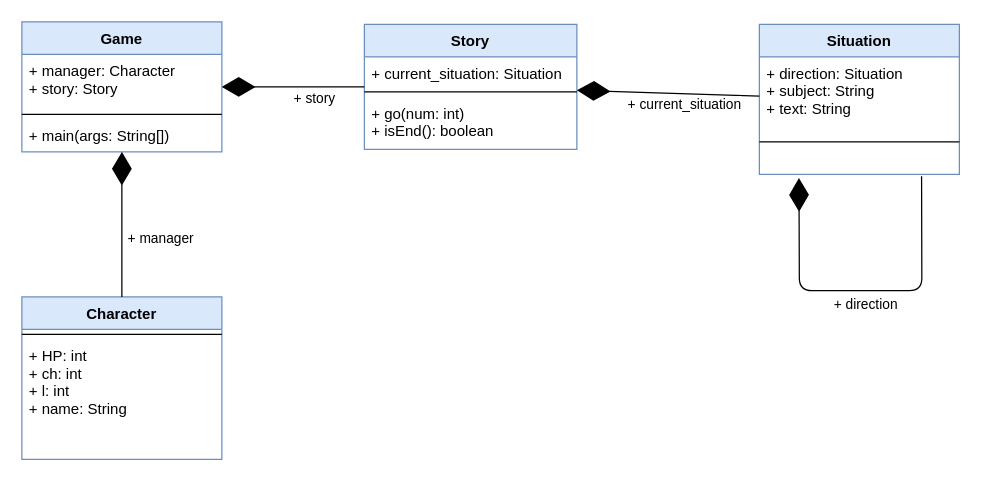
Above: Диаграмма без названия.drawio in Rinchic/uml (draw.io), before the change. Source tidied: cells renumbered, new cells numbered last; positions are measured from the earlier drawing's top-left corner, leaving out a move shared by most shapes. Both pictures are drawn from the tidied source at 125%, with x=0, y=0 at pixel (21, 21).
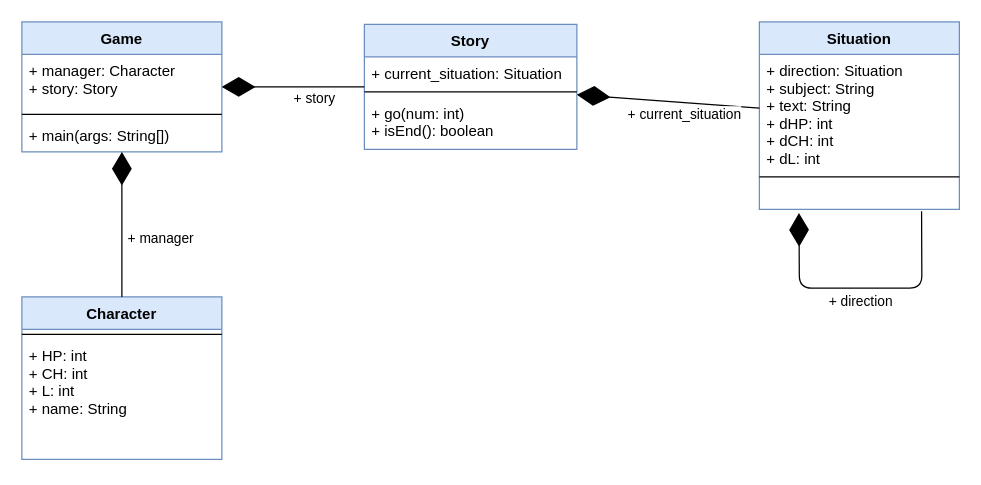
Above is the later version.

Unchanged cells that the change refers to:
```xml
<mxCell id="16" value="Character" style="swimlane;fontStyle=1;align=center;verticalAlign=top;horizontal=1;startSize=26;fillColor=#dae8fc;strokeColor=#6c8ebf;" parent="1" vertex="1">
  <mxGeometry y="220" width="160" height="130" as="geometry" />
</mxCell>
```

The edit, as a diff of the source:
```diff
@@
     <mxCell id="10" value="Situation" style="swimlane;fontStyle=1;align=center;verticalAlign=top;horizontal=1;startSize=26;fillColor=#dae8fc;strokeColor=#6c8ebf;" parent="1" vertex="1">
-      <mxGeometry x="590" y="2" width="160" height="120" as="geometry" />
+      <mxGeometry x="590" width="160" height="150" as="geometry" />
     </mxCell>
-    <mxCell id="11" value="+ direction: Situation&#10;+ subject: String&#10;+ text: String&#10;" style="text;strokeColor=none;fillColor=none;align=left;verticalAlign=top;spacingLeft=4;spacingRight=4;overflow=hidden;" parent="10" vertex="1">
-      <mxGeometry y="26" width="160" height="64" as="geometry" />
+    <mxCell id="11" value="+ direction: Situation&#10;+ subject: String&#10;+ text: String&#10;+ dHP: int&#10;+ dCH: int&#10;+ dL: int&#10;" style="text;strokeColor=none;fillColor=none;align=left;verticalAlign=top;spacingLeft=4;spacingRight=4;overflow=hidden;" parent="10" vertex="1">
+      <mxGeometry y="26" width="160" height="94" as="geometry" />
     </mxCell>
     <mxCell id="12" style="line;strokeWidth=1;fillColor=none;align=left;verticalAlign=middle;spacingTop=-1;spacingLeft=3;spacingRight=3;labelPosition=right;" parent="10" vertex="1">
-      <mxGeometry y="90" width="160" height="8" as="geometry" />
+      <mxGeometry y="120" width="160" height="8" as="geometry" />
     </mxCell>
     <mxCell id="13" value="  " style="text;strokeColor=none;fillColor=none;align=left;verticalAlign=top;spacingLeft=4;spacingRight=4;overflow=hidden;points=[[0,0.5],[1,0.5]];portConstraint=eastwest;" parent="10" vertex="1">
-      <mxGeometry y="98" width="160" height="22" as="geometry" />
+      <mxGeometry y="128" width="160" height="22" as="geometry" />
     </mxCell>
@@
-    <mxCell id="18" value="+ HP: int&#10;+ ch: int&#10;+ l: int&#10;+ name: String" style="text;strokeColor=none;fillColor=none;align=left;verticalAlign=top;spacingLeft=4;spacingRight=4;overflow=hidden;" parent="16" vertex="1">
+    <mxCell id="18" value="+ HP: int&#10;+ CH: int&#10;+ L: int&#10;+ name: String" style="text;strokeColor=none;fillColor=none;align=left;verticalAlign=top;spacingLeft=4;spacingRight=4;overflow=hidden;" parent="16" vertex="1">
       <mxGeometry y="34" width="160" height="74" as="geometry" />
     </mxCell>
```
